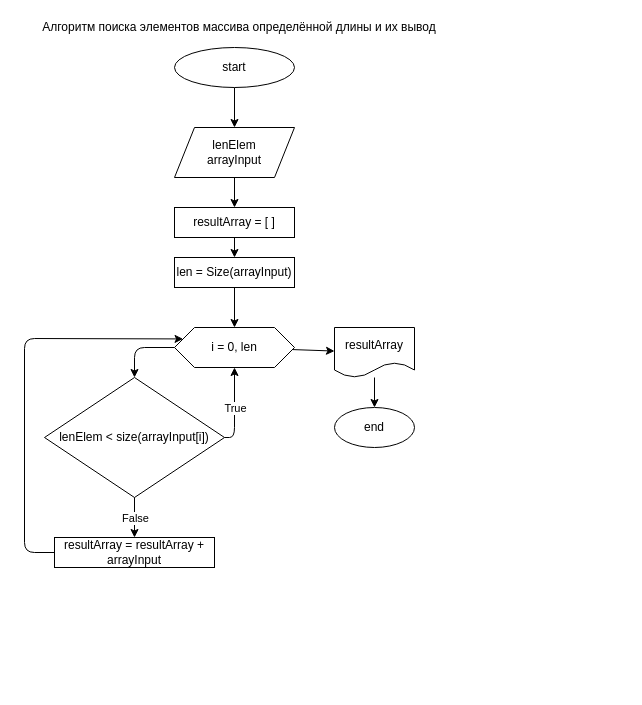
Above: flowcharts.drawio in Serega1067/GB_homework_control_work (draw.io), before the change. Source tidied: cells renumbered, new cells numbered last; positions are measured from the earlier drawing's top-left corner, leaving out a move shared by most shapes. Both pictures are drawn from the tidied source at 100%, with x=0, y=0 at pixel (24, 17).
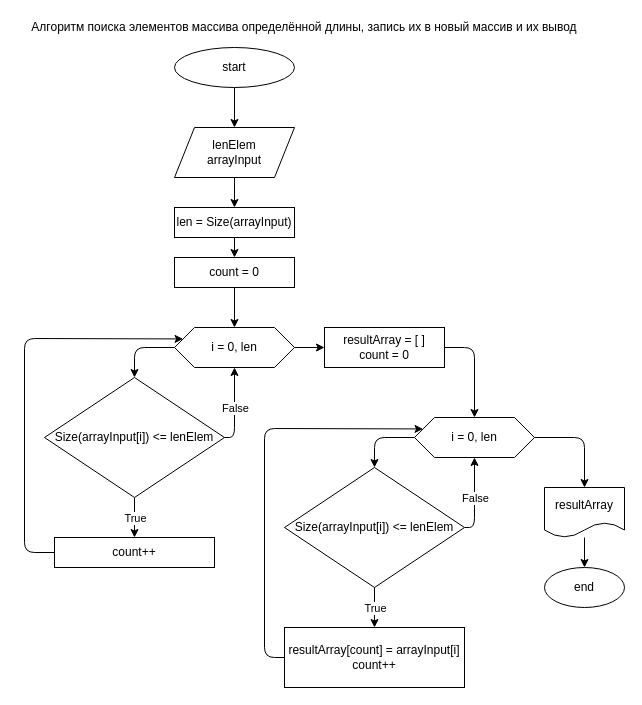
After the change.

Unchanged cells that the change refers to:
```xml
<mxCell id="12" value="i = 0, len" style="shape=hexagon;perimeter=hexagonPerimeter2;whiteSpace=wrap;html=1;fixedSize=1;" parent="1" vertex="1">
  <mxGeometry x="150" y="310" width="120" height="40" as="geometry" />
</mxCell>
<mxCell id="14" style="endArrow=classic;html=1;entryX=0.5;entryY=1;entryDx=0;entryDy=0;exitX=1;exitY=0.5;exitDx=0;exitDy=0;" parent="1" edge="1" source="13" target="12">
  <mxGeometry relative="1" as="geometry">
    <Array as="points">
      <mxPoint x="210" y="420" />
    </Array>
  </mxGeometry>
</mxCell>
<mxCell id="17" style="endArrow=classic;html=1;exitX=0.5;exitY=1;exitDx=0;exitDy=0;entryX=0.5;entryY=0;entryDx=0;entryDy=0;" parent="1" edge="1" source="13" target="16">
  <mxGeometry relative="1" as="geometry" />
</mxCell>
```

Diff of the diagram source:
```diff
@@
-    <mxCell id="7" value="resultArray = [ ]" style="whiteSpace=wrap;html=1;" parent="1" vertex="1">
+    <mxCell id="7" value="len = Size(arrayInput)" style="whiteSpace=wrap;html=1;" parent="1" vertex="1">
       <mxGeometry x="150" y="190" width="120" height="30" as="geometry" />
     </mxCell>
@@
-    <mxCell id="9" value="len = Size(arrayInput)" style="whiteSpace=wrap;html=1;" parent="1" vertex="1">
+    <mxCell id="9" value="count = 0" style="whiteSpace=wrap;html=1;" parent="1" vertex="1">
       <mxGeometry x="150" y="240" width="120" height="30" as="geometry" />
     </mxCell>
@@
-    <mxCell id="11" style="edgeStyle=none;html=1;" parent="1" edge="1" source="12" target="21">
-      <mxGeometry relative="1" as="geometry" />
-    </mxCell>
+    <mxCell id="24" style="edgeStyle=none;html=1;" parent="1" edge="1" source="12" target="25">
+      <mxGeometry relative="1" as="geometry" />
+    </mxCell>
@@
-    <mxCell id="13" value="lenElem &amp;lt; size(arrayInput[i])" style="rhombus;whiteSpace=wrap;html=1;" parent="1" vertex="1">
+    <mxCell id="13" value="Size(arrayInput[i]) &amp;lt;= lenElem" style="rhombus;whiteSpace=wrap;html=1;" parent="1" vertex="1">
       <mxGeometry x="20" y="360" width="180" height="120" as="geometry" />
     </mxCell>
@@
-    <mxCell id="15" value="True" style="edgeLabel;html=1;align=center;verticalAlign=middle;" parent="14" vertex="1">
+    <mxCell id="15" value="False" style="edgeLabel;html=1;align=center;verticalAlign=middle;" parent="14" vertex="1">
       <mxGeometry relative="1" as="geometry" />
     </mxCell>
-    <mxCell id="16" value="resultArray = resultArray + arrayInput" style="rounded=0;whiteSpace=wrap;html=1;" parent="1" vertex="1">
+    <mxCell id="16" value="count++" style="rounded=0;whiteSpace=wrap;html=1;" parent="1" vertex="1">
       <mxGeometry x="30" y="520" width="160" height="30" as="geometry" />
     </mxCell>
@@
-    <mxCell id="18" value="False" style="edgeLabel;html=1;align=center;verticalAlign=middle;" parent="17" vertex="1">
+    <mxCell id="18" value="True" style="edgeLabel;html=1;align=center;verticalAlign=middle;" parent="17" vertex="1">
       <mxGeometry relative="1" as="geometry" />
     </mxCell>
@@
+    <mxCell id="23" value="Алгоритм поиска элементов массива определённой длины, запись их в новый массив и их вывод" style="text;html=1;strokeColor=none;fillColor=none;align=center;verticalAlign=middle;whiteSpace=wrap;rounded=0;" parent="1" vertex="1">
+      <mxGeometry width="560" height="20" as="geometry" />
+    </mxCell>
@@
     <mxCell id="21" value="resultArray" style="shape=document;whiteSpace=wrap;html=1;boundedLbl=1;" parent="1" vertex="1">
-      <mxGeometry x="310" y="310" width="80" height="50" as="geometry" />
+      <mxGeometry x="520" y="470" width="80" height="50" as="geometry" />
     </mxCell>
     <mxCell id="22" value="end" style="ellipse;whiteSpace=wrap;html=1;" parent="1" vertex="1">
-      <mxGeometry x="310" y="390" width="80" height="40" as="geometry" />
+      <mxGeometry x="520" y="550" width="80" height="40" as="geometry" />
     </mxCell>
-    <mxCell id="23" value="Алгоритм поиска элементов массива определённой длины и их вывод" style="text;html=1;strokeColor=none;fillColor=none;align=center;verticalAlign=middle;whiteSpace=wrap;rounded=0;" parent="1" vertex="1">
-      <mxGeometry width="430" height="20" as="geometry" />
-    </mxCell>
+    <mxCell id="25" value="resultArray = [ ]&lt;br&gt;count = 0" style="whiteSpace=wrap;html=1;" parent="1" vertex="1">
+      <mxGeometry x="300" y="310" width="120" height="40" as="geometry" />
+    </mxCell>
+    <mxCell id="26" style="edgeStyle=none;html=1;entryX=0.5;entryY=0;entryDx=0;entryDy=0;" parent="1" edge="1" source="27" target="28">
+      <mxGeometry relative="1" as="geometry">
+        <Array as="points">
+          <mxPoint x="350" y="420" />
+        </Array>
+      </mxGeometry>
+    </mxCell>
+    <mxCell id="27" value="i = 0, len" style="shape=hexagon;perimeter=hexagonPerimeter2;whiteSpace=wrap;html=1;fixedSize=1;" parent="1" vertex="1">
+      <mxGeometry x="390" y="400" width="120" height="40" as="geometry" />
+    </mxCell>
+    <mxCell id="28" value="Size(arrayInput[i]) &amp;lt;= lenElem" style="rhombus;whiteSpace=wrap;html=1;" parent="1" vertex="1">
+      <mxGeometry x="260" y="450" width="180" height="120" as="geometry" />
+    </mxCell>
+    <mxCell id="29" style="endArrow=classic;html=1;entryX=0.5;entryY=1;entryDx=0;entryDy=0;exitX=1;exitY=0.5;exitDx=0;exitDy=0;" parent="1" edge="1" source="28" target="27">
+      <mxGeometry relative="1" as="geometry">
+        <Array as="points">
+          <mxPoint x="450" y="510" />
+        </Array>
+      </mxGeometry>
+    </mxCell>
+    <mxCell id="30" value="False" style="edgeLabel;html=1;align=center;verticalAlign=middle;" parent="29" vertex="1">
+      <mxGeometry relative="1" as="geometry" />
+    </mxCell>
+    <mxCell id="31" value="resultArray[count] = arrayInput[i]&lt;br&gt;count++" style="rounded=0;whiteSpace=wrap;html=1;" parent="1" vertex="1">
+      <mxGeometry x="260" y="610" width="180" height="60" as="geometry" />
+    </mxCell>
+    <mxCell id="32" style="endArrow=classic;html=1;exitX=0.5;exitY=1;exitDx=0;exitDy=0;entryX=0.5;entryY=0;entryDx=0;entryDy=0;" parent="1" edge="1" source="28" target="31">
+      <mxGeometry relative="1" as="geometry" />
+    </mxCell>
+    <mxCell id="33" value="True" style="edgeLabel;html=1;align=center;verticalAlign=middle;" parent="32" vertex="1">
+      <mxGeometry relative="1" as="geometry" />
+    </mxCell>
+    <mxCell id="34" style="endArrow=classic;html=1;exitX=0;exitY=0.5;exitDx=0;exitDy=0;entryX=0;entryY=0.25;entryDx=0;entryDy=0;" parent="1" edge="1" source="31" target="27">
+      <mxGeometry relative="1" as="geometry">
+        <Array as="points">
+          <mxPoint x="240" y="640" />
+          <mxPoint x="240" y="411" />
+        </Array>
+      </mxGeometry>
+    </mxCell>
+    <mxCell id="35" style="endArrow=classic;html=1;exitX=1;exitY=0.5;exitDx=0;exitDy=0;entryX=0.5;entryY=0;entryDx=0;entryDy=0;" parent="1" edge="1" source="25" target="27">
+      <mxGeometry relative="1" as="geometry">
+        <Array as="points">
+          <mxPoint x="450" y="330" />
+        </Array>
+      </mxGeometry>
+    </mxCell>
+    <mxCell id="36" style="endArrow=classic;html=1;exitX=1;exitY=0.5;exitDx=0;exitDy=0;entryX=0.5;entryY=0;entryDx=0;entryDy=0;" parent="1" edge="1" source="27" target="21">
+      <mxGeometry relative="1" as="geometry">
+        <Array as="points">
+          <mxPoint x="560" y="420" />
+        </Array>
+      </mxGeometry>
+    </mxCell>
```
